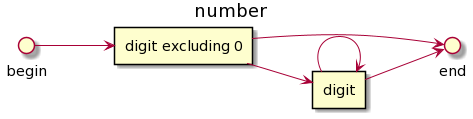
The PlantUML diagram img/constructions/number.png in AndreyBezverkhniy/KVM, before a commit. Source of this version:
```plantuml
@startuml
left to right direction
title number

circle "begin" as BEGIN
circle "end" as END
rectangle "digit excluding 0" as first
rectangle "digit" as second

BEGIN-->first
first-->END
first-->second
second-->END
second-->second
@enduml
```
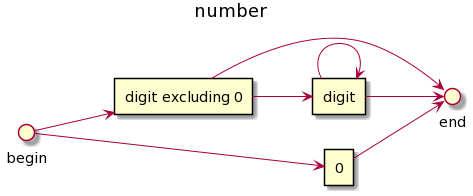
After the commit.

Commit message:
spec: global -number, number 0, body=>block

The edit, as a diff of the source:
```diff
@@ -6,10 +6,13 @@
 circle "end" as END
 rectangle "digit excluding 0" as first
 rectangle "digit" as second
+rectangle 0
 
 BEGIN-->first
 first-->END
 first-->second
 second-->END
 second-->second
+BEGIN-->0
+0-->END
 @enduml
```
